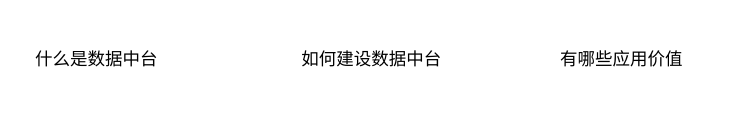
Above: 数据中台.drawio in zhfk/drawo.io.mydiagrams (draw.io), before the change. Source tidied: cells renumbered, new cells numbered last; positions are measured from the earlier drawing's top-left corner, leaving out a move shared by most shapes. Both pictures are drawn from the tidied source at 125%, with x=0, y=0 at pixel (21, 21).
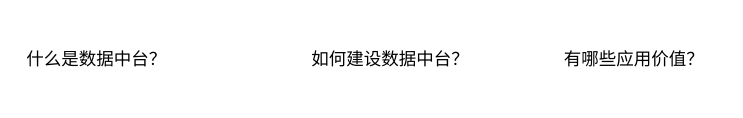
Above is the later version.

The edit, as a diff of the source:
```diff
@@
 <mxGraphModel>
   <root>
     <mxCell id="0" />
     <mxCell id="1" parent="0" />
-    <mxCell id="2" value="&lt;font style=&quot;font-size: 14px&quot;&gt;什么是数据中台&lt;/font&gt;" style="text;html=1;strokeColor=none;fillColor=none;align=center;verticalAlign=middle;whiteSpace=wrap;rounded=0;" parent="1" vertex="1">
+    <mxCell id="2" value="&lt;font style=&quot;font-size: 14px&quot;&gt;什么是数据中台？&lt;/font&gt;" style="text;html=1;strokeColor=none;fillColor=none;align=center;verticalAlign=middle;whiteSpace=wrap;rounded=0;" parent="1" vertex="1">
       <mxGeometry width="120" height="60" as="geometry" />
     </mxCell>
-    <mxCell id="3" value="&lt;font style=&quot;font-size: 14px&quot;&gt;如何建设数据中台&lt;/font&gt;" style="text;html=1;strokeColor=none;fillColor=none;align=center;verticalAlign=middle;whiteSpace=wrap;rounded=0;" parent="1" vertex="1">
-      <mxGeometry x="220" width="120" height="60" as="geometry" />
+    <mxCell id="3" value="&lt;font style=&quot;font-size: 14px&quot;&gt;如何建设数据中台？&lt;/font&gt;" style="text;html=1;strokeColor=none;fillColor=none;align=center;verticalAlign=middle;whiteSpace=wrap;rounded=0;" parent="1" vertex="1">
+      <mxGeometry x="220" width="150" height="60" as="geometry" />
     </mxCell>
-    <mxCell id="4" value="&lt;font style=&quot;font-size: 14px&quot;&gt;有哪些应用价值&lt;/font&gt;" style="text;html=1;strokeColor=none;fillColor=none;align=center;verticalAlign=middle;whiteSpace=wrap;rounded=0;" parent="1" vertex="1">
-      <mxGeometry x="420" width="120" height="60" as="geometry" />
+    <mxCell id="4" value="&lt;font style=&quot;font-size: 14px&quot;&gt;有哪些应用价值？&lt;/font&gt;" style="text;html=1;strokeColor=none;fillColor=none;align=center;verticalAlign=middle;whiteSpace=wrap;rounded=0;" parent="1" vertex="1">
+      <mxGeometry x="420" width="140" height="60" as="geometry" />
     </mxCell>
   </root>
 </mxGraphModel>
```
